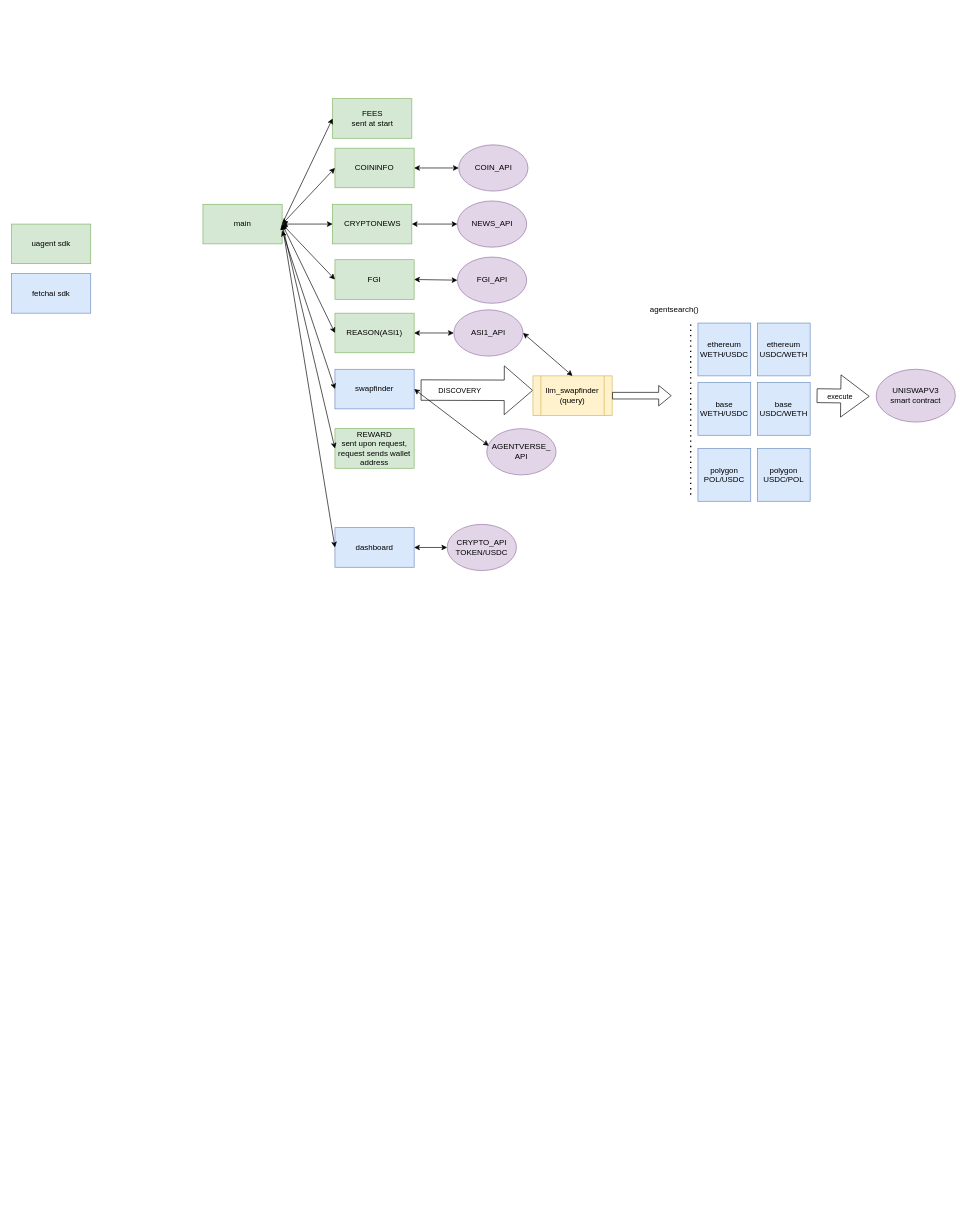
abhivir-42/fetch-hack keeps this draw.io diagram as cryptoreason/agentverse.drawio.crswap.drawio. Above is the earlier version. Source tidied: cells renumbered, new cells numbered last; positions are measured from the earlier drawing's top-left corner, leaving out a move shared by most shapes. Both pictures are drawn from the tidied source at 66%, with x=0, y=0 at pixel (11, 98).
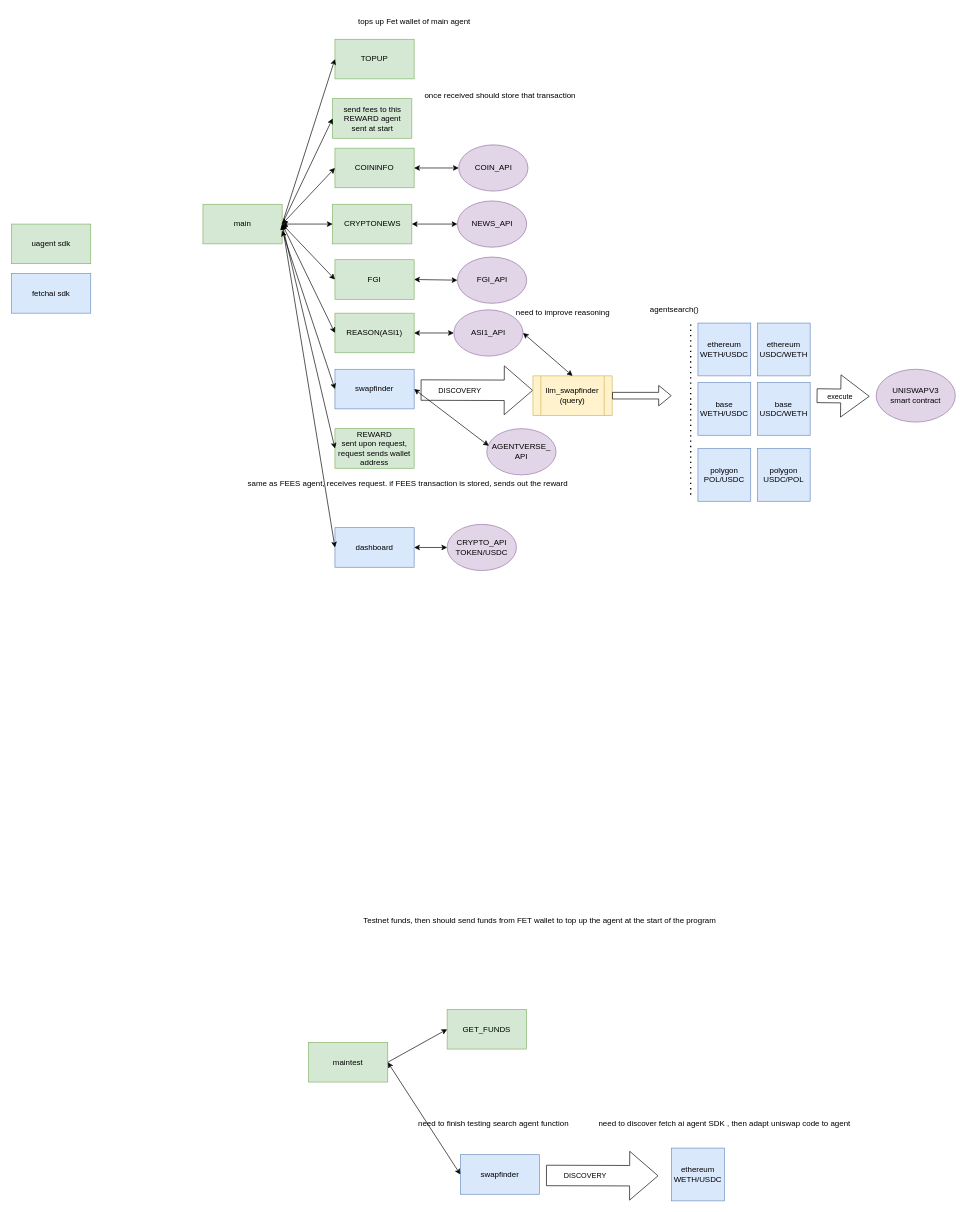
Above is the later version.

The change refers to these unchanged cells:
```xml
<mxCell id="2" value="main" style="rounded=0;whiteSpace=wrap;html=1;fillColor=#d5e8d4;strokeColor=#82b366;" parent="1" vertex="1">
  <mxGeometry x="290" y="160" width="120" height="60" as="geometry" />
</mxCell>
```

The edit, as a diff of the source:
```diff
@@
-    <mxCell id="36" value="FEES&lt;div&gt;sent at start&lt;/div&gt;" style="rounded=0;whiteSpace=wrap;html=1;fillColor=#d5e8d4;strokeColor=#82b366;" parent="1" vertex="1">
+    <mxCell id="36" value="send fees to this REWARD agent&lt;div&gt;sent at start&lt;/div&gt;" style="rounded=0;whiteSpace=wrap;html=1;fillColor=#d5e8d4;strokeColor=#82b366;" parent="1" vertex="1">
       <mxGeometry x="486.5" width="120" height="60" as="geometry" />
     </mxCell>
@@
+    <mxCell id="49" value="TOPUP" style="rounded=0;whiteSpace=wrap;html=1;fillColor=#d5e8d4;strokeColor=#82b366;" parent="1" vertex="1">
+      <mxGeometry x="490" y="-90" width="120" height="60" as="geometry" />
+    </mxCell>
+    <mxCell id="50" style="endArrow=classic;html=1;rounded=0;entryX=0;entryY=0.5;entryDx=0;entryDy=0;exitX=1;exitY=0.5;exitDx=0;exitDy=0;" parent="1" edge="1" source="2" target="49">
+      <mxGeometry relative="1" as="geometry" />
+    </mxCell>
+    <mxCell id="51" value="maintest" style="rounded=0;whiteSpace=wrap;html=1;fillColor=#d5e8d4;strokeColor=#82b366;" parent="1" vertex="1">
+      <mxGeometry x="450" y="1430" width="120" height="60" as="geometry" />
+    </mxCell>
+    <mxCell id="52" value="swapfinder" style="rounded=0;whiteSpace=wrap;html=1;fillColor=#dae8fc;strokeColor=#6c8ebf;" parent="1" vertex="1">
+      <mxGeometry x="680" y="1600" width="120" height="60" as="geometry" />
+    </mxCell>
+    <mxCell id="53" style="endArrow=classic;startArrow=classic;html=1;rounded=0;entryX=0;entryY=0.5;entryDx=0;entryDy=0;exitX=1;exitY=0.5;exitDx=0;exitDy=0;" parent="1" edge="1" source="51" target="52">
+      <mxGeometry relative="1" as="geometry" />
+    </mxCell>
+    <mxCell id="54" value="ethereum&lt;div&gt;WETH/USDC&lt;/div&gt;" style="whiteSpace=wrap;html=1;fillColor=#dae8fc;strokeColor=#6c8ebf;" parent="1" vertex="1">
+      <mxGeometry x="1000" y="1590" width="80" height="80" as="geometry" />
+    </mxCell>
+    <mxCell id="55" style="shape=flexArrow;endArrow=classic;html=1;rounded=0;endWidth=42;endSize=14;width=31;entryX=0;entryY=0.5;entryDx=0;entryDy=0;" parent="1" edge="1">
+      <mxGeometry relative="1" as="geometry">
+        <mxPoint x="810" y="1631.5" as="sourcePoint" />
+        <mxPoint x="980" y="1632" as="targetPoint" />
+      </mxGeometry>
+    </mxCell>
+    <mxCell id="56" value="DISCOVERY" style="edgeLabel;html=1;align=center;verticalAlign=middle;" parent="55" vertex="1">
+      <mxGeometry x="-0.47" y="-1" relative="1" as="geometry">
+        <mxPoint x="14" y="-1" as="offset" />
+      </mxGeometry>
+    </mxCell>
+    <mxCell id="57" value="GET_FUNDS" style="rounded=0;whiteSpace=wrap;html=1;fillColor=#d5e8d4;strokeColor=#82b366;" parent="1" vertex="1">
+      <mxGeometry x="660" y="1380" width="120" height="60" as="geometry" />
+    </mxCell>
+    <mxCell id="58" style="endArrow=classic;html=1;rounded=0;entryX=0;entryY=0.5;entryDx=0;entryDy=0;exitX=1;exitY=0.5;exitDx=0;exitDy=0;" parent="1" edge="1" source="51" target="57">
+      <mxGeometry relative="1" as="geometry" />
+    </mxCell>
+    <mxCell id="59" value="Testnet funds, then should send funds from FET wallet to top up the agent at the start of the program" style="text;html=1;align=center;verticalAlign=middle;strokeColor=none;fillColor=none;" parent="1" vertex="1">
+      <mxGeometry x="520" y="1230" width="560" height="30" as="geometry" />
+    </mxCell>
+    <mxCell id="60" value="need to finish testing search agent function" style="text;html=1;align=center;verticalAlign=middle;strokeColor=none;fillColor=none;" parent="1" vertex="1">
+      <mxGeometry x="605" y="1538" width="250" height="30" as="geometry" />
+    </mxCell>
+    <mxCell id="61" value="need to discover fetch ai agent SDK , then adapt uniswap code to agent" style="text;html=1;align=center;verticalAlign=middle;strokeColor=none;fillColor=none;" parent="1" vertex="1">
+      <mxGeometry x="875" y="1538" width="410" height="30" as="geometry" />
+    </mxCell>
+    <mxCell id="62" value="once received should store that transaction" style="text;html=1;align=center;verticalAlign=middle;strokeColor=none;fillColor=none;" parent="1" vertex="1">
+      <mxGeometry x="615" y="-20" width="250" height="30" as="geometry" />
+    </mxCell>
+    <mxCell id="63" value="same as FEES agent, receives request. if FEES transaction is stored, sends out the reward" style="text;html=1;align=center;verticalAlign=middle;strokeColor=none;fillColor=none;" parent="1" vertex="1">
+      <mxGeometry x="345" y="568" width="510" height="30" as="geometry" />
+    </mxCell>
+    <mxCell id="64" value="need to improve reasoning" style="text;html=1;align=center;verticalAlign=middle;strokeColor=none;fillColor=none;" parent="1" vertex="1">
+      <mxGeometry x="750" y="310" width="170" height="30" as="geometry" />
+    </mxCell>
+    <mxCell id="65" value="tops up Fet wallet of main agent" style="text;html=1;align=center;verticalAlign=middle;strokeColor=none;fillColor=none;" parent="1" vertex="1">
+      <mxGeometry x="515" y="-132" width="190" height="30" as="geometry" />
+    </mxCell>
```
